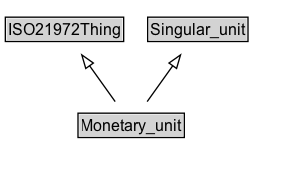
This is docs/diagrams/Monetary_unit.dot.png from ISO-TC204/ontology-i72-v1, a Graphviz export, as it was before one commit. Its source is kept beside it as docs/diagrams/Monetary_unit.dot.
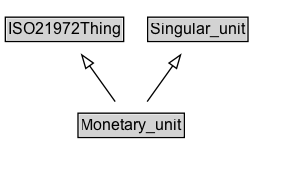
The same file after the commit.

The edit, as a diff of the source:
```diff
@@ -3,15 +3,18 @@
 	node [fontname=Arial fontsize=12 margin=0 shape=none]
 	edge [fontname=Arial fontsize=11]
 	{
+		rank=source
+		ISO21972Thing [label=<<TABLE BORDER="1" CELLBORDER="0" CELLSPACING="0" CELLPADDING="1"><TR><TD BGCOLOR="lightgray" ALIGN="CENTER">ISO21972Thing</TD></TR></TABLE>> URL="../ISO21972Thing" margin=0]
+		Singular_unit [label=<<TABLE BORDER="1" CELLBORDER="0" CELLSPACING="0" CELLPADDING="1"><TR><TD BGCOLOR="lightgray" ALIGN="CENTER">Singular_unit</TD></TR></TABLE>> URL="../Singular_unit" margin=0]
+	}
+	Monetary_unit [label=<<TABLE BORDER="1" CELLBORDER="0" CELLSPACING="0" CELLPADDING="1"><TR><TD BGCOLOR="lightgray" ALIGN="CENTER">Monetary_unit</TD></TR></TABLE>> URL="../Monetary_unit" margin=0]
+	{
 		rank=max
-		Monetary_unit [label=<<TABLE BORDER="1" CELLBORDER="0" CELLSPACING="0" CELLPADDING="1"><TR><TD BGCOLOR="lightgray" ALIGN="CENTER" PORT="e">Monetary_unit</TD></TR></TABLE>> URL="../Monetary_unit.md" margin=0]
 	}
 	subgraph cluster_associated {
 		label="" style=invis
 		Invis [label=<<TABLE BORDER="0" CELLBORDER="0" CELLSPACING="0" CELLPADDING="1"><TR><TD></TD></TR></TABLE>> margin=0 style=invis]
 	}
-	ISO21972Thing [label=<<TABLE BORDER="1" CELLBORDER="0" CELLSPACING="0" CELLPADDING="1"><TR><TD BGCOLOR="lightgray" ALIGN="CENTER">ISO21972Thing</TD></TR></TABLE>> URL="../ISO21972Thing.md" margin=0]
 	Monetary_unit -> ISO21972Thing [arrowhead=onormal style=solid]
-	Singular_unit [label=<<TABLE BORDER="1" CELLBORDER="0" CELLSPACING="0" CELLPADDING="1"><TR><TD BGCOLOR="lightgray" ALIGN="CENTER">Singular_unit</TD></TR></TABLE>> URL="../Singular_unit.md" margin=0]
 	Monetary_unit -> Singular_unit [arrowhead=onormal style=solid]
 }
```
